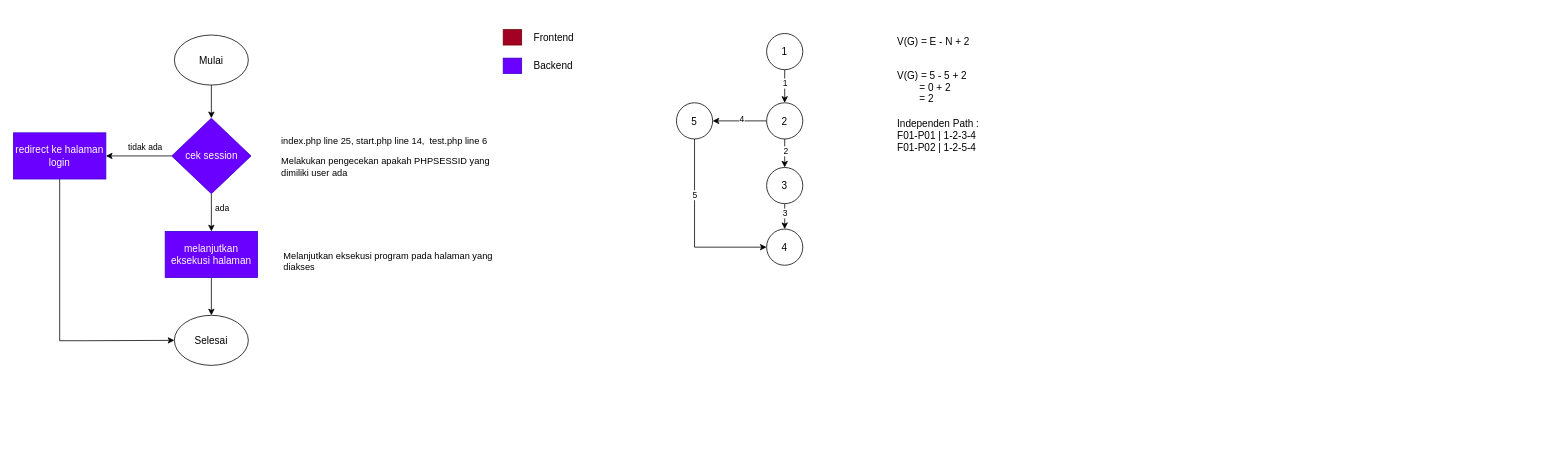
Above: flowgraph/F01-validasi-autentikasi-halaman-flowgraph/F01-validasi-autentikasi-halaman-flowgraph.drawio in LRamdhan/white-box-testing-web-ulangan (draw.io), before the change. Source tidied: cells renumbered, new cells numbered last; positions are measured from the earlier drawing's top-left corner, leaving out a move shared by most shapes. Both pictures are drawn from the tidied source at 77%, with x=0, y=0 at pixel (13, 25).
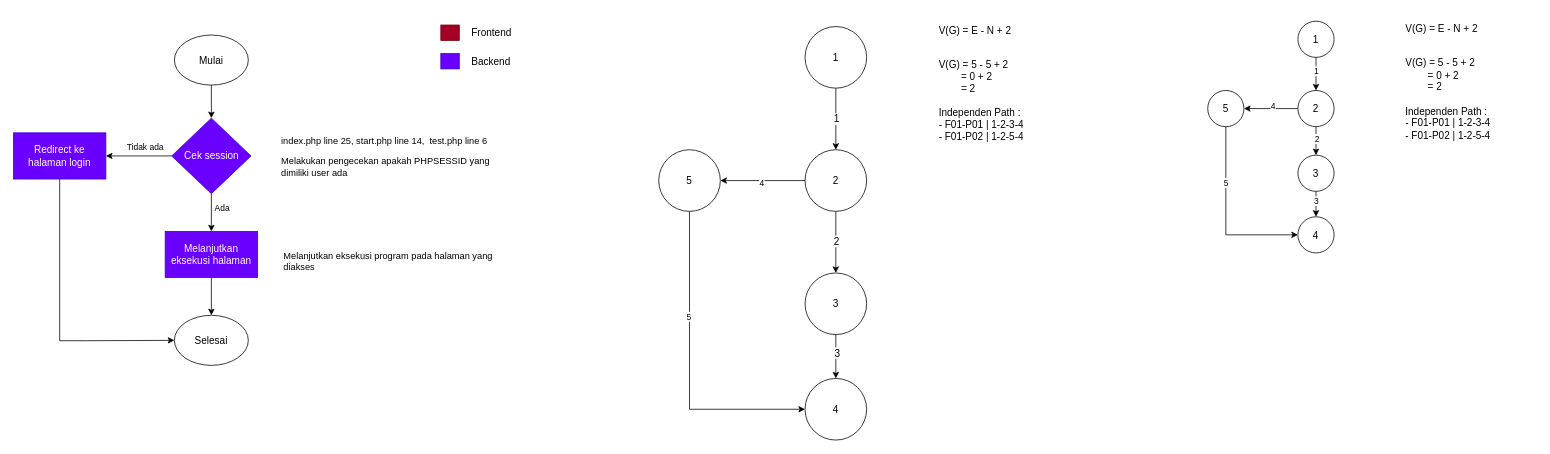
The same page after the edit.

Unchanged cells that the change refers to:
```xml
<mxCell id="10" style="edgeStyle=orthogonalEdgeStyle;rounded=0;jettySize=auto;html=1;entryX=0.5;entryY=0;entryDx=0;entryDy=0;" parent="1" edge="1" source="12" target="17">
  <mxGeometry relative="1" as="geometry" />
</mxCell>
<mxCell id="20" style="edgeStyle=orthogonalEdgeStyle;rounded=0;jettySize=auto;html=1;entryX=1;entryY=0.5;entryDx=0;entryDy=0;" parent="1" edge="1" source="12" target="15">
  <mxGeometry relative="1" as="geometry" />
</mxCell>
```

Diff of the diagram source:
```diff
@@
-    <mxCell id="2" value="&lt;h3 style=&quot;font-size: 13px;&quot;&gt;&lt;span style=&quot;font-weight: 400; font-size: 13px;&quot;&gt;&lt;font style=&quot;font-size: 13px;&quot;&gt;V(G) = E - N + 2&lt;/font&gt;&lt;/span&gt;&lt;/h3&gt;&lt;div style=&quot;font-size: 13px;&quot;&gt;&lt;span style=&quot;font-weight: 400; font-size: 13px;&quot;&gt;&lt;font style=&quot;font-size: 13px;&quot;&gt;&lt;br style=&quot;font-size: 13px;&quot;&gt;&lt;/font&gt;&lt;/span&gt;&lt;/div&gt;&lt;div style=&quot;font-size: 13px;&quot;&gt;&lt;span style=&quot;font-weight: 400; font-size: 13px;&quot;&gt;&lt;font style=&quot;font-size: 13px;&quot;&gt;V(G) = 5 - 5 + 2&lt;/font&gt;&lt;/span&gt;&lt;/div&gt;&lt;div style=&quot;font-size: 13px;&quot;&gt;&lt;span style=&quot;font-weight: 400; font-size: 13px;&quot;&gt;&lt;font style=&quot;font-size: 13px;&quot;&gt;&amp;nbsp;&amp;nbsp;&lt;span style=&quot;font-size: 13px;&quot;&gt;&lt;span style=&quot;font-size: 13px;&quot;&gt;&amp;nbsp; &amp;nbsp; &amp;nbsp;&amp;nbsp;&lt;/span&gt;&lt;/span&gt;= 0 + 2&lt;/font&gt;&lt;/span&gt;&lt;/div&gt;&lt;div style=&quot;font-size: 13px;&quot;&gt;&lt;span style=&quot;font-weight: 400; font-size: 13px;&quot;&gt;&lt;font style=&quot;font-size: 13px;&quot;&gt;&lt;span style=&quot;font-size: 13px;&quot;&gt;&lt;span style=&quot;font-size: 13px;&quot;&gt;&amp;nbsp; &amp;nbsp; &amp;nbsp; &amp;nbsp;&amp;nbsp;&lt;/span&gt;&lt;/span&gt;= 2&lt;br style=&quot;font-size: 13px;&quot;&gt;&lt;/font&gt;&lt;/span&gt;&lt;/div&gt;&lt;div style=&quot;font-size: 13px;&quot;&gt;&lt;span style=&quot;font-weight: 400; font-size: 13px;&quot;&gt;&lt;font style=&quot;font-size: 13px;&quot;&gt;&lt;br style=&quot;font-size: 13px;&quot;&gt;&lt;/font&gt;&lt;/span&gt;&lt;/div&gt;&lt;div style=&quot;font-size: 13px;&quot;&gt;&lt;font style=&quot;font-size: 13px;&quot;&gt;Independen Path :&lt;br style=&quot;font-size: 13px;&quot;&gt;&lt;/font&gt;&lt;div style=&quot;font-size: 13px;&quot;&gt;&lt;font style=&quot;font-size: 13px;&quot;&gt;F01-P01 | 1-2-3-4&lt;/font&gt;&lt;/div&gt;&lt;div style=&quot;font-size: 13px;&quot;&gt;&lt;font style=&quot;font-size: 13px;&quot;&gt;F01-P02 | 1-2-5-4&lt;br&gt;&lt;/font&gt;&lt;/div&gt;&lt;/div&gt;" style="text;html=1;strokeColor=none;fillColor=none;spacing=5;spacingTop=-20;whiteSpace=wrap;overflow=hidden;rounded=0;fontSize=13;" parent="1" vertex="1">
-      <mxGeometry x="1143" y="10" width="175" height="206" as="geometry" />
+    <mxCell id="2" value="&lt;h3 style=&quot;font-size: 13px;&quot;&gt;&lt;span style=&quot;font-weight: 400; font-size: 13px;&quot;&gt;&lt;font style=&quot;font-size: 13px;&quot;&gt;V(G) = E - N + 2&lt;/font&gt;&lt;/span&gt;&lt;/h3&gt;&lt;div style=&quot;font-size: 13px;&quot;&gt;&lt;span style=&quot;font-weight: 400; font-size: 13px;&quot;&gt;&lt;font style=&quot;font-size: 13px;&quot;&gt;&lt;br style=&quot;font-size: 13px;&quot;&gt;&lt;/font&gt;&lt;/span&gt;&lt;/div&gt;&lt;div style=&quot;font-size: 13px;&quot;&gt;&lt;span style=&quot;font-weight: 400; font-size: 13px;&quot;&gt;&lt;font style=&quot;font-size: 13px;&quot;&gt;V(G) = 5 - 5 + 2&lt;/font&gt;&lt;/span&gt;&lt;/div&gt;&lt;div style=&quot;font-size: 13px;&quot;&gt;&lt;span style=&quot;font-weight: 400; font-size: 13px;&quot;&gt;&lt;font style=&quot;font-size: 13px;&quot;&gt;&amp;nbsp;&amp;nbsp;&lt;span style=&quot;font-size: 13px;&quot;&gt;&lt;span style=&quot;font-size: 13px;&quot;&gt;&amp;nbsp; &amp;nbsp; &amp;nbsp;&amp;nbsp;&lt;/span&gt;&lt;/span&gt;= 0 + 2&lt;/font&gt;&lt;/span&gt;&lt;/div&gt;&lt;div style=&quot;font-size: 13px;&quot;&gt;&lt;span style=&quot;font-weight: 400; font-size: 13px;&quot;&gt;&lt;font style=&quot;font-size: 13px;&quot;&gt;&lt;span style=&quot;font-size: 13px;&quot;&gt;&lt;span style=&quot;font-size: 13px;&quot;&gt;&amp;nbsp; &amp;nbsp; &amp;nbsp; &amp;nbsp;&amp;nbsp;&lt;/span&gt;&lt;/span&gt;= 2&lt;br style=&quot;font-size: 13px;&quot;&gt;&lt;/font&gt;&lt;/span&gt;&lt;/div&gt;&lt;div style=&quot;font-size: 13px;&quot;&gt;&lt;span style=&quot;font-weight: 400; font-size: 13px;&quot;&gt;&lt;font style=&quot;font-size: 13px;&quot;&gt;&lt;br style=&quot;font-size: 13px;&quot;&gt;&lt;/font&gt;&lt;/span&gt;&lt;/div&gt;&lt;div style=&quot;font-size: 13px;&quot;&gt;&lt;font style=&quot;font-size: 13px;&quot;&gt;Independen Path :&lt;br style=&quot;font-size: 13px;&quot;&gt;&lt;/font&gt;&lt;div style=&quot;font-size: 13px;&quot;&gt;&lt;font style=&quot;font-size: 13px;&quot;&gt;- F01-P01 | 1-2-3-4&lt;/font&gt;&lt;/div&gt;&lt;div style=&quot;font-size: 13px;&quot;&gt;&lt;font style=&quot;font-size: 13px;&quot;&gt;- F01-P02 | 1-2-5-4&lt;br&gt;&lt;/font&gt;&lt;/div&gt;&lt;/div&gt;" style="text;html=1;strokeColor=none;fillColor=none;spacing=5;spacingTop=-20;whiteSpace=wrap;overflow=hidden;rounded=0;fontSize=13;" parent="1" vertex="1">
+      <mxGeometry x="1803" y="-6" width="175" height="206" as="geometry" />
     </mxCell>
     <mxCell id="3" style="group;fontSize=13;" parent="1" vertex="1">
-      <mxGeometry x="636" width="98" height="67" as="geometry" />
+      <mxGeometry x="555" y="-6" width="98" height="67" as="geometry" />
     </mxCell>
@@
-    <mxCell id="11" value="ada" style="edgeLabel;html=1;align=center;verticalAlign=middle;" parent="10" vertex="1">
+    <mxCell id="11" value="Ada" style="edgeLabel;html=1;align=center;verticalAlign=middle;" parent="10" vertex="1">
       <mxGeometry x="-0.28" relative="1" as="geometry">
         <mxPoint x="13" as="offset" />
       </mxGeometry>
     </mxCell>
-    <mxCell id="12" value="cek session" style="rhombus;whiteSpace=wrap;html=1;fillColor=#6a00ff;fontColor=#ffffff;strokeColor=#3700CC;fontSize=13;" parent="1" vertex="1">
+    <mxCell id="12" value="Cek session" style="rhombus;whiteSpace=wrap;html=1;fillColor=#6a00ff;fontColor=#ffffff;strokeColor=#3700CC;fontSize=13;" parent="1" vertex="1">
       <mxGeometry x="205.5" y="120" width="103" height="98" as="geometry" />
     </mxCell>
@@
-    <mxCell id="15" value="redirect ke halaman login" style="rounded=0;whiteSpace=wrap;html=1;fillColor=#6a00ff;fontColor=#ffffff;strokeColor=#3700CC;fontSize=13;" parent="1" vertex="1">
+    <mxCell id="15" value="Redirect ke halaman login" style="rounded=0;whiteSpace=wrap;html=1;fillColor=#6a00ff;fontColor=#ffffff;strokeColor=#3700CC;fontSize=13;" parent="1" vertex="1">
       <mxGeometry y="139" width="120" height="60" as="geometry" />
     </mxCell>
@@
-    <mxCell id="17" value="melanjutkan eksekusi halaman" style="rounded=0;whiteSpace=wrap;html=1;fillColor=#6a00ff;fontColor=#ffffff;strokeColor=#3700CC;fontSize=13;" parent="1" vertex="1">
+    <mxCell id="17" value="Melanjutkan eksekusi halaman" style="rounded=0;whiteSpace=wrap;html=1;fillColor=#6a00ff;fontColor=#ffffff;strokeColor=#3700CC;fontSize=13;" parent="1" vertex="1">
       <mxGeometry x="197" y="267" width="120" height="60" as="geometry" />
     </mxCell>
@@
-    <mxCell id="21" value="tidak ada" style="edgeLabel;html=1;align=center;verticalAlign=middle;" parent="20" vertex="1">
+    <mxCell id="21" value="Tidak ada" style="edgeLabel;html=1;align=center;verticalAlign=middle;" parent="20" vertex="1">
       <mxGeometry x="-0.57" relative="1" as="geometry">
         <mxPoint x="-17" y="-12" as="offset" />
       </mxGeometry>
     </mxCell>
@@
     <mxCell id="24" value="1" style="ellipse;whiteSpace=wrap;html=1;fontSize=13;" parent="1" vertex="1">
-      <mxGeometry x="978.1" y="10" width="47" height="47" as="geometry" />
+      <mxGeometry x="1668.1" y="-6" width="47" height="47" as="geometry" />
     </mxCell>
@@
     <mxCell id="29" value="2" style="ellipse;whiteSpace=wrap;html=1;fontSize=13;" parent="1" vertex="1">
-      <mxGeometry x="978.1" y="100" width="47" height="47" as="geometry" />
+      <mxGeometry x="1668.1" y="84" width="47" height="47" as="geometry" />
     </mxCell>
@@
     <mxCell id="32" value="3" style="ellipse;whiteSpace=wrap;html=1;fontSize=13;" parent="1" vertex="1">
-      <mxGeometry x="978.1" y="184" width="47" height="47" as="geometry" />
+      <mxGeometry x="1668.1" y="168" width="47" height="47" as="geometry" />
     </mxCell>
     <mxCell id="33" value="4" style="ellipse;whiteSpace=wrap;html=1;fontSize=13;" parent="1" vertex="1">
-      <mxGeometry x="978.1" y="264" width="47" height="47" as="geometry" />
+      <mxGeometry x="1668.1" y="248" width="47" height="47" as="geometry" />
     </mxCell>
     <mxCell id="34" value="5" style="edgeStyle=orthogonalEdgeStyle;rounded=0;jettySize=auto;html=1;entryX=0;entryY=0.5;entryDx=0;entryDy=0;" parent="1" edge="1" source="35" target="33">
       <mxGeometry x="-0.38" relative="1" as="geometry">
         <Array as="points">
-          <mxPoint x="885" y="288" />
+          <mxPoint x="1575" y="272" />
         </Array>
       </mxGeometry>
     </mxCell>
     <mxCell id="35" value="5" style="ellipse;whiteSpace=wrap;html=1;fontSize=13;" parent="1" vertex="1">
-      <mxGeometry x="861" y="100" width="47" height="47" as="geometry" />
+      <mxGeometry x="1551" y="84" width="47" height="47" as="geometry" />
     </mxCell>
+    <mxCell id="36" value="&lt;h3 style=&quot;font-size: 13px;&quot;&gt;&lt;span style=&quot;font-weight: 400; font-size: 13px;&quot;&gt;&lt;font style=&quot;font-size: 13px;&quot;&gt;V(G) = E - N + 2&lt;/font&gt;&lt;/span&gt;&lt;/h3&gt;&lt;div style=&quot;font-size: 13px;&quot;&gt;&lt;span style=&quot;font-weight: 400; font-size: 13px;&quot;&gt;&lt;font style=&quot;font-size: 13px;&quot;&gt;&lt;br style=&quot;font-size: 13px;&quot;&gt;&lt;/font&gt;&lt;/span&gt;&lt;/div&gt;&lt;div style=&quot;font-size: 13px;&quot;&gt;&lt;span style=&quot;font-weight: 400; font-size: 13px;&quot;&gt;&lt;font style=&quot;font-size: 13px;&quot;&gt;V(G) = 5 - 5 + 2&lt;/font&gt;&lt;/span&gt;&lt;/div&gt;&lt;div style=&quot;font-size: 13px;&quot;&gt;&lt;span style=&quot;font-weight: 400; font-size: 13px;&quot;&gt;&lt;font style=&quot;font-size: 13px;&quot;&gt;&amp;nbsp;&amp;nbsp;&lt;span style=&quot;font-size: 13px;&quot;&gt;&lt;span style=&quot;font-size: 13px;&quot;&gt;&amp;nbsp; &amp;nbsp; &amp;nbsp;&amp;nbsp;&lt;/span&gt;&lt;/span&gt;= 0 + 2&lt;/font&gt;&lt;/span&gt;&lt;/div&gt;&lt;div style=&quot;font-size: 13px;&quot;&gt;&lt;span style=&quot;font-weight: 400; font-size: 13px;&quot;&gt;&lt;font style=&quot;font-size: 13px;&quot;&gt;&lt;span style=&quot;font-size: 13px;&quot;&gt;&lt;span style=&quot;font-size: 13px;&quot;&gt;&amp;nbsp; &amp;nbsp; &amp;nbsp; &amp;nbsp;&amp;nbsp;&lt;/span&gt;&lt;/span&gt;= 2&lt;br style=&quot;font-size: 13px;&quot;&gt;&lt;/font&gt;&lt;/span&gt;&lt;/div&gt;&lt;div style=&quot;font-size: 13px;&quot;&gt;&lt;br&gt;&lt;/div&gt;&lt;div style=&quot;font-size: 13px;&quot;&gt;&lt;div style=&quot;font-size: 13px;&quot;&gt;&lt;font style=&quot;font-size: 13px;&quot;&gt;Independen Path :&lt;br&gt;&lt;div&gt;- F01-P01 | 1-2-3-4&lt;/div&gt;&lt;div&gt;- F01-P02 | 1-2-5-4&lt;/div&gt;&lt;/font&gt;&lt;/div&gt;&lt;/div&gt;" style="text;html=1;strokeColor=none;fillColor=none;spacing=5;spacingTop=-20;whiteSpace=wrap;overflow=hidden;rounded=0;fontSize=13;" parent="1" vertex="1">
+      <mxGeometry x="1197" y="-4" width="142" height="299" as="geometry" />
+    </mxCell>
+    <mxCell id="37" style="edgeStyle=orthogonalEdgeStyle;rounded=0;jettySize=auto;html=1;fontSize=13;" parent="1" edge="1" source="39" target="44">
+      <mxGeometry relative="1" as="geometry" />
+    </mxCell>
+    <mxCell id="38" value="1" style="edgeLabel;html=1;align=center;verticalAlign=middle;fontSize=13;" parent="37" vertex="1">
+      <mxGeometry x="0.08" y="1" relative="1" as="geometry">
+        <mxPoint x="-1" y="-4" as="offset" />
+      </mxGeometry>
+    </mxCell>
+    <mxCell id="39" value="1" style="ellipse;whiteSpace=wrap;html=1;fontSize=13;" parent="1" vertex="1">
+      <mxGeometry x="1028" y="1" width="80" height="80" as="geometry" />
+    </mxCell>
+    <mxCell id="40" style="edgeStyle=orthogonalEdgeStyle;rounded=0;jettySize=auto;html=1;fontSize=13;" parent="1" edge="1" source="44" target="47">
+      <mxGeometry relative="1" as="geometry" />
+    </mxCell>
+    <mxCell id="41" value="2" style="edgeLabel;html=1;align=center;verticalAlign=middle;fontSize=13;" parent="40" vertex="1">
+      <mxGeometry x="-0.05" relative="1" as="geometry" />
+    </mxCell>
+    <mxCell id="42" style="edgeStyle=orthogonalEdgeStyle;rounded=0;jettySize=auto;html=1;entryX=1;entryY=0.5;entryDx=0;entryDy=0;" parent="1" edge="1" source="44" target="51">
+      <mxGeometry relative="1" as="geometry" />
+    </mxCell>
+    <mxCell id="43" value="4" style="edgeLabel;html=1;align=center;verticalAlign=middle;" parent="42" vertex="1">
+      <mxGeometry x="0.04" y="3" relative="1" as="geometry" />
+    </mxCell>
+    <mxCell id="44" value="2" style="ellipse;whiteSpace=wrap;html=1;fontSize=13;" parent="1" vertex="1">
+      <mxGeometry x="1028" y="161" width="80" height="80" as="geometry" />
+    </mxCell>
+    <mxCell id="45" style="edgeStyle=orthogonalEdgeStyle;rounded=0;jettySize=auto;html=1;fontSize=13;entryX=0.5;entryY=0;entryDx=0;entryDy=0;" parent="1" edge="1" source="47" target="48">
+      <mxGeometry relative="1" as="geometry" />
+    </mxCell>
+    <mxCell id="46" value="3" style="edgeLabel;html=1;align=center;verticalAlign=middle;fontSize=13;" parent="45" vertex="1">
+      <mxGeometry x="-0.18" y="1" relative="1" as="geometry" />
+    </mxCell>
+    <mxCell id="47" value="3" style="ellipse;whiteSpace=wrap;html=1;fontSize=13;" parent="1" vertex="1">
+      <mxGeometry x="1028" y="321" width="80" height="80" as="geometry" />
+    </mxCell>
+    <mxCell id="48" value="4" style="ellipse;whiteSpace=wrap;html=1;fontSize=13;" parent="1" vertex="1">
+      <mxGeometry x="1028" y="458" width="80" height="80" as="geometry" />
+    </mxCell>
+    <mxCell id="49" style="edgeStyle=orthogonalEdgeStyle;rounded=0;jettySize=auto;html=1;entryX=0;entryY=0.5;entryDx=0;entryDy=0;" parent="1" edge="1" source="51" target="48">
+      <mxGeometry relative="1" as="geometry">
+        <Array as="points">
+          <mxPoint x="878" y="498" />
+        </Array>
+      </mxGeometry>
+    </mxCell>
+    <mxCell id="50" value="5" style="edgeLabel;html=1;align=center;verticalAlign=middle;" parent="49" vertex="1">
+      <mxGeometry x="-0.33" y="-2" relative="1" as="geometry" />
+    </mxCell>
+    <mxCell id="51" value="5" style="ellipse;whiteSpace=wrap;html=1;fontSize=13;" parent="1" vertex="1">
+      <mxGeometry x="838" y="161" width="80" height="80" as="geometry" />
+    </mxCell>
```
